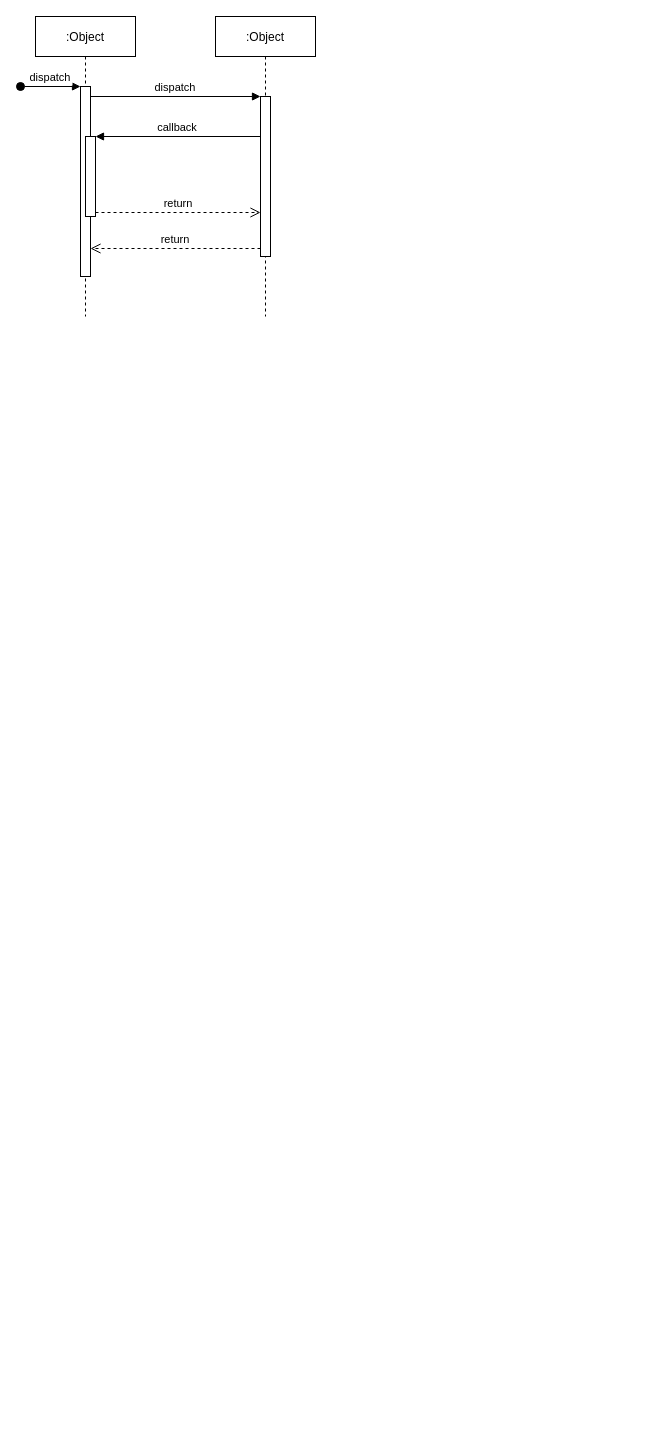
The draw.io diagram Untitled Diagram.drawio in lucky-verma/draw.io, before the edit. Source tidied: cells renumbered, new cells numbered last; positions are measured from the earlier drawing's top-left corner, leaving out a move shared by most shapes. Both pictures are drawn from the tidied source at 100%, with x=0, y=0 at pixel (20, 16).
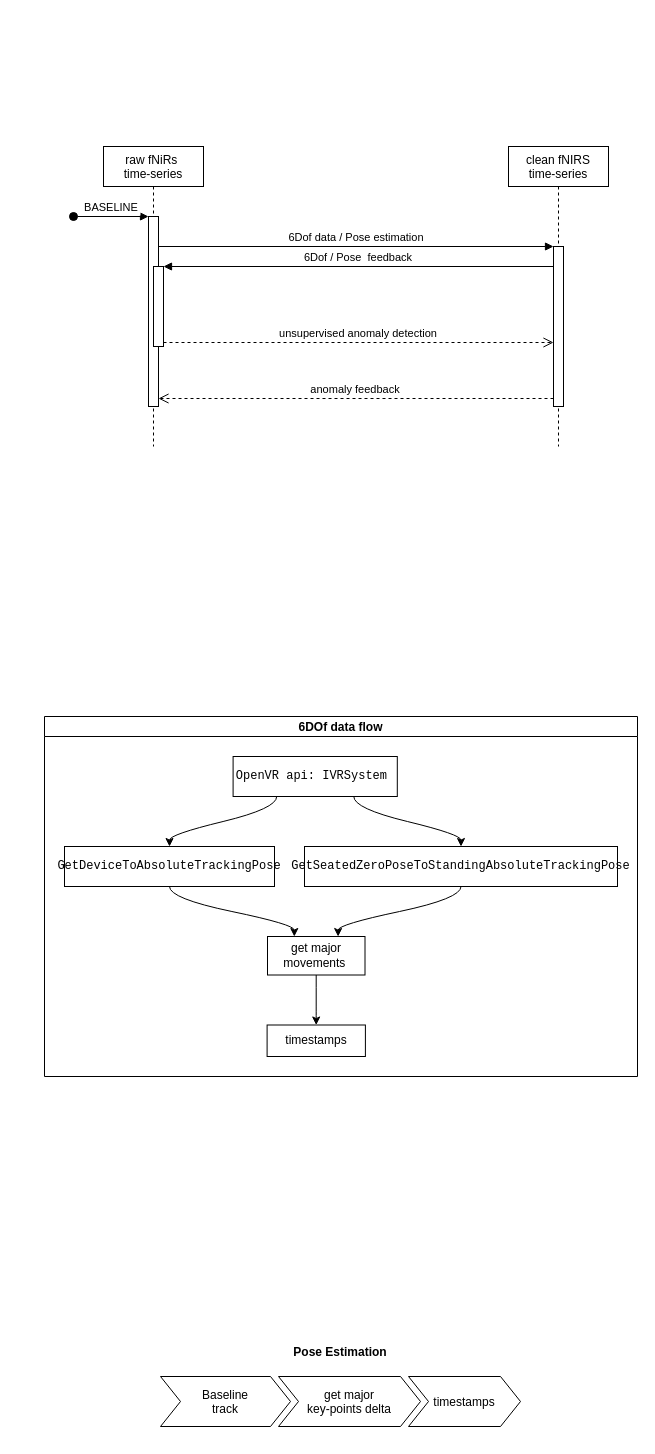
The same diagram, later.

Unchanged cells that the change refers to:
```xml
<mxCell id="3" style="points=[];perimeter=orthogonalPerimeter;rounded=0;shadow=0;strokeWidth=1;" parent="2" vertex="1">
  <mxGeometry x="45" y="70" width="10" height="190" as="geometry" />
</mxCell>
<mxCell id="5" style="points=[];perimeter=orthogonalPerimeter;rounded=0;shadow=0;strokeWidth=1;" parent="2" vertex="1">
  <mxGeometry x="50" y="120" width="10" height="80" as="geometry" />
</mxCell>
```

What changed in the source:
```diff
@@
-    <mxCell id="2" value=":Object" style="shape=umlLifeline;perimeter=lifelinePerimeter;rounded=0;shadow=0;strokeWidth=1;" parent="1" vertex="1">
-      <mxGeometry x="15" width="100" height="300" as="geometry" />
+    <mxCell id="2" value="raw fNiRs &#10;time-series" style="shape=umlLifeline;perimeter=lifelinePerimeter;rounded=0;shadow=0;strokeWidth=1;" parent="1" vertex="1">
+      <mxGeometry x="83" y="130" width="100" height="300" as="geometry" />
     </mxCell>
@@
-    <mxCell id="4" value="dispatch" style="verticalAlign=bottom;startArrow=oval;endArrow=block;startSize=8;shadow=0;strokeWidth=1;" parent="2" edge="1" target="3">
+    <mxCell id="4" value="BASELINE" style="verticalAlign=bottom;startArrow=oval;endArrow=block;startSize=8;shadow=0;strokeWidth=1;" parent="2" edge="1" target="3">
       <mxGeometry relative="1" as="geometry">
-        <mxPoint x="-15" y="70" as="sourcePoint" />
+        <mxPoint x="-30" y="70" as="sourcePoint" />
       </mxGeometry>
     </mxCell>
@@
-    <mxCell id="6" value=":Object" style="shape=umlLifeline;perimeter=lifelinePerimeter;rounded=0;shadow=0;strokeWidth=1;" parent="1" vertex="1">
-      <mxGeometry x="195" width="100" height="300" as="geometry" />
+    <mxCell id="6" value="clean fNIRS &#10;time-series" style="shape=umlLifeline;perimeter=lifelinePerimeter;rounded=0;shadow=0;strokeWidth=1;" parent="1" vertex="1">
+      <mxGeometry x="488" y="130" width="100" height="300" as="geometry" />
     </mxCell>
-    <mxCell id="7" style="points=[];perimeter=orthogonalPerimeter;rounded=0;shadow=0;strokeWidth=1;" parent="6" vertex="1">
-      <mxGeometry x="45" y="80" width="10" height="160" as="geometry" />
-    </mxCell>
-    <mxCell id="8" value="return" style="verticalAlign=bottom;endArrow=open;dashed=1;endSize=8;exitX=0;exitY=0.95;shadow=0;strokeWidth=1;" parent="1" edge="1" source="7" target="3">
+    <mxCell id="8" value="anomaly feedback" style="verticalAlign=bottom;endArrow=open;dashed=1;endSize=8;exitX=0;exitY=0.95;shadow=0;strokeWidth=1;" parent="1" edge="1" source="7" target="3">
       <mxGeometry relative="1" as="geometry" />
     </mxCell>
-    <mxCell id="9" value="dispatch" style="verticalAlign=bottom;endArrow=block;entryX=0;entryY=0;shadow=0;strokeWidth=1;" parent="1" edge="1" source="3" target="7">
+    <mxCell id="9" value="6Dof data / Pose estimation" style="verticalAlign=bottom;endArrow=block;entryX=0;entryY=0;shadow=0;strokeWidth=1;" parent="1" edge="1" source="3" target="7">
       <mxGeometry relative="1" as="geometry" />
     </mxCell>
-    <mxCell id="10" value="callback" style="verticalAlign=bottom;endArrow=block;entryX=1;entryY=0;shadow=0;strokeWidth=1;" parent="1" edge="1" source="7" target="5">
+    <mxCell id="10" value="6Dof / Pose  feedback" style="verticalAlign=bottom;endArrow=block;entryX=1;entryY=0;shadow=0;strokeWidth=1;" parent="1" edge="1" source="7" target="5">
       <mxGeometry relative="1" as="geometry" />
     </mxCell>
-    <mxCell id="11" value="return" style="verticalAlign=bottom;endArrow=open;dashed=1;endSize=8;exitX=1;exitY=0.95;shadow=0;strokeWidth=1;" parent="1" edge="1" source="5" target="7">
+    <mxCell id="11" value="unsupervised anomaly detection" style="verticalAlign=bottom;endArrow=open;dashed=1;endSize=8;exitX=1;exitY=0.95;shadow=0;strokeWidth=1;" parent="1" edge="1" source="5" target="7">
       <mxGeometry relative="1" as="geometry" />
     </mxCell>
+    <mxCell id="7" style="points=[];perimeter=orthogonalPerimeter;rounded=0;shadow=0;strokeWidth=1;" parent="1" vertex="1">
+      <mxGeometry x="533" y="230" width="10" height="160" as="geometry" />
+    </mxCell>
+    <mxCell id="12" value="6DOf data flow" style="swimlane;startSize=20;horizontal=1;flowOrientation=north;interRankCellSpacing=50;containerType=tree;" parent="1" vertex="1">
+      <mxGeometry x="24" y="700" width="593" height="360" as="geometry" />
+    </mxCell>
+    <mxCell id="13" value="&lt;pre&gt;OpenVR api: IVRSystem&amp;nbsp;&lt;/pre&gt;" style="whiteSpace=wrap;html=1;" parent="12" vertex="1">
+      <mxGeometry x="188.6" y="40" width="164.2" height="40" as="geometry" />
+    </mxCell>
+    <mxCell id="14" value="&lt;pre&gt;GetDeviceToAbsoluteTrackingPose&lt;/pre&gt;" style="whiteSpace=wrap;html=1;" parent="12" vertex="1">
+      <mxGeometry x="20" y="130" width="210" height="40" as="geometry" />
+    </mxCell>
+    <mxCell id="15" style="html=1;curved=1;rounded=0;noEdgeStyle=1;orthogonal=1;" parent="12" edge="1" source="13" target="14">
+      <mxGeometry relative="1" as="geometry">
+        <Array as="points">
+          <mxPoint x="232.2" y="92" />
+          <mxPoint x="125" y="118" />
+        </Array>
+      </mxGeometry>
+    </mxCell>
+    <mxCell id="16" value="&lt;pre&gt;GetSeatedZeroPoseToStandingAbsoluteTrackingPose&lt;/pre&gt;" style="whiteSpace=wrap;html=1;" parent="12" vertex="1">
+      <mxGeometry x="260" y="130" width="313" height="40" as="geometry" />
+    </mxCell>
+    <mxCell id="17" style="html=1;curved=1;rounded=0;noEdgeStyle=1;orthogonal=1;" parent="12" edge="1" source="13" target="16">
+      <mxGeometry relative="1" as="geometry">
+        <Array as="points">
+          <mxPoint x="309.3" y="92" />
+          <mxPoint x="416.5" y="118" />
+        </Array>
+      </mxGeometry>
+    </mxCell>
+    <mxCell id="18" value="get major movements&amp;nbsp;" style="whiteSpace=wrap;html=1;" parent="12" vertex="1">
+      <mxGeometry x="223" y="220" width="97.5" height="38.5" as="geometry" />
+    </mxCell>
+    <mxCell id="19" style="html=1;curved=1;rounded=0;noEdgeStyle=1;orthogonal=1;" parent="12" edge="1" source="14" target="18">
+      <mxGeometry relative="1" as="geometry">
+        <Array as="points">
+          <mxPoint x="125" y="182" />
+          <mxPoint x="249.8" y="208" />
+        </Array>
+      </mxGeometry>
+    </mxCell>
+    <mxCell id="20" style="html=1;curved=1;rounded=0;noEdgeStyle=1;orthogonal=1;" parent="12" edge="1" source="16" target="18">
+      <mxGeometry relative="1" as="geometry">
+        <Array as="points">
+          <mxPoint x="416.5" y="182" />
+          <mxPoint x="293.6" y="208" />
+        </Array>
+      </mxGeometry>
+    </mxCell>
+    <mxCell id="21" style="html=1;curved=1;rounded=0;noEdgeStyle=1;orthogonal=1;" parent="12" edge="1" source="18" target="22">
+      <mxGeometry relative="1" as="geometry">
+        <Array as="points">
+          <mxPoint x="271.7" y="270.5" />
+          <mxPoint x="271.7" y="296.5" />
+        </Array>
+      </mxGeometry>
+    </mxCell>
+    <mxCell id="22" value="&lt;span&gt;timestamps&lt;/span&gt;" style="whiteSpace=wrap;html=1;" parent="12" vertex="1">
+      <mxGeometry x="222.6" y="308.5" width="98.3" height="31.5" as="geometry" />
+    </mxCell>
+    <mxCell id="23" value="Pose Estimation" style="swimlane;horizontal=1;fillColor=none;strokeColor=none;stackBorder=10;align=center;fontColor=#000000;startSize=30;" parent="1" vertex="1">
+      <mxGeometry x="130" y="1320" width="380" height="100" as="geometry" />
+    </mxCell>
+    <mxCell id="24" value="Baseline &#10;track" style="shape=step;perimeter=stepPerimeter;fixedSize=1;align=center;" parent="23" vertex="1">
+      <mxGeometry x="10" y="40" width="130" height="50" as="geometry" />
+    </mxCell>
+    <mxCell id="25" value="get major &#10;key-points delta" style="shape=step;perimeter=stepPerimeter;fixedSize=1;" parent="23" vertex="1">
+      <mxGeometry x="128" y="40" width="142" height="50" as="geometry" />
+    </mxCell>
+    <mxCell id="26" value="timestamps" style="shape=step;perimeter=stepPerimeter;fixedSize=1;" parent="23" vertex="1">
+      <mxGeometry x="258" y="40" width="112" height="50" as="geometry" />
+    </mxCell>
```
